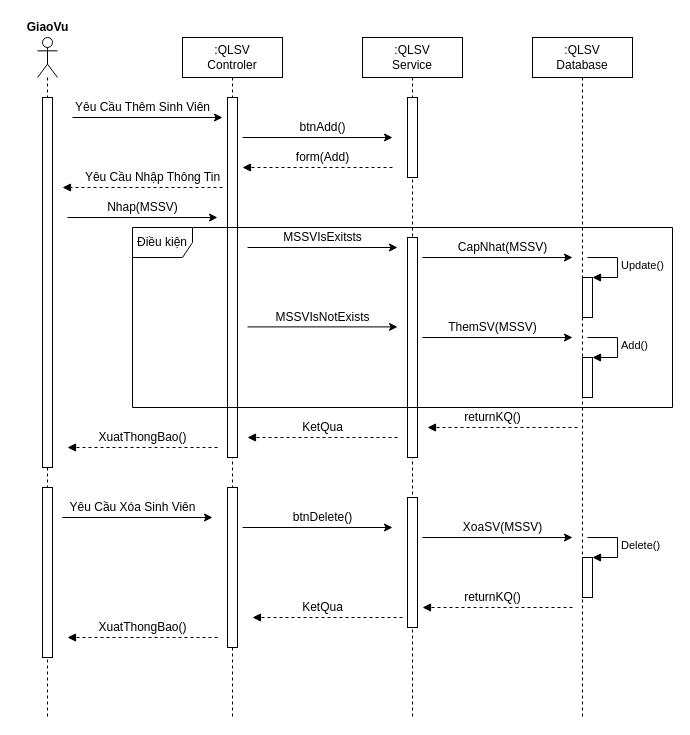
This is u2 NEW.drawio from haihak/haihak, a draw.io file, before an edit. Source tidied: cells renumbered, new cells numbered last; positions are measured from the earlier drawing's top-left corner, leaving out a move shared by most shapes. Both pictures are drawn from the tidied source at 100%, with x=0, y=0 at pixel (17, 17).
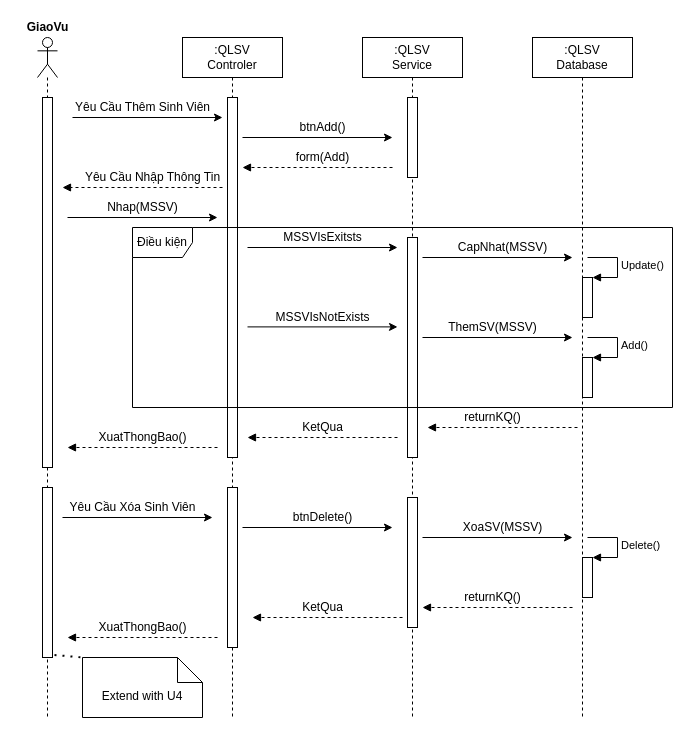
The same page after the edit.

The change refers to these unchanged cells:
```xml
<mxCell id="5" style="html=1;points=[];perimeter=orthogonalPerimeter;" parent="3" vertex="1">
  <mxGeometry x="5" y="450" width="10" height="170" as="geometry" />
</mxCell>
```

What changed in the source:
```diff
@@
+    <mxCell id="57" value="Extend with U4" style="shape=note2;boundedLbl=1;whiteSpace=wrap;html=1;size=25;verticalAlign=top;align=center;" parent="1" vertex="1">
+      <mxGeometry x="65" y="640" width="120" height="60" as="geometry" />
+    </mxCell>
+    <mxCell id="58" style="endArrow=none;dashed=1;html=1;dashPattern=1 3;strokeWidth=2;rounded=0;entryX=0;entryY=0;entryDx=0;entryDy=0;entryPerimeter=0;exitX=1.2;exitY=0.985;exitDx=0;exitDy=0;exitPerimeter=0;" parent="1" edge="1" source="5" target="57">
+      <mxGeometry relative="1" as="geometry" />
+    </mxCell>
```
